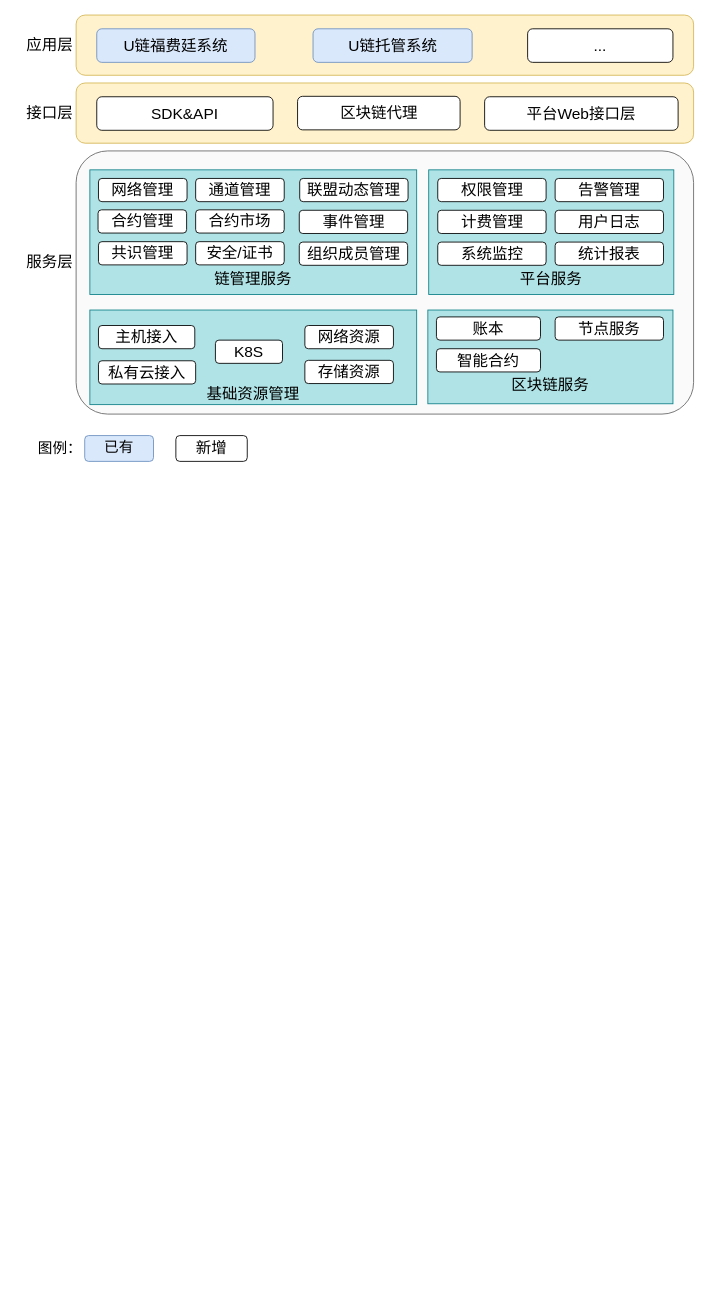
Before: repository/drawio/postb/业务功能架构图1.drawio in dilide/collections, a draw.io diagram. Source tidied: cells renumbered, new cells numbered last; positions are measured from the earlier drawing's top-left corner, leaving out a move shared by most shapes. Both pictures are drawn from the tidied source at 86%, with x=0, y=0 at pixel (15, 15).
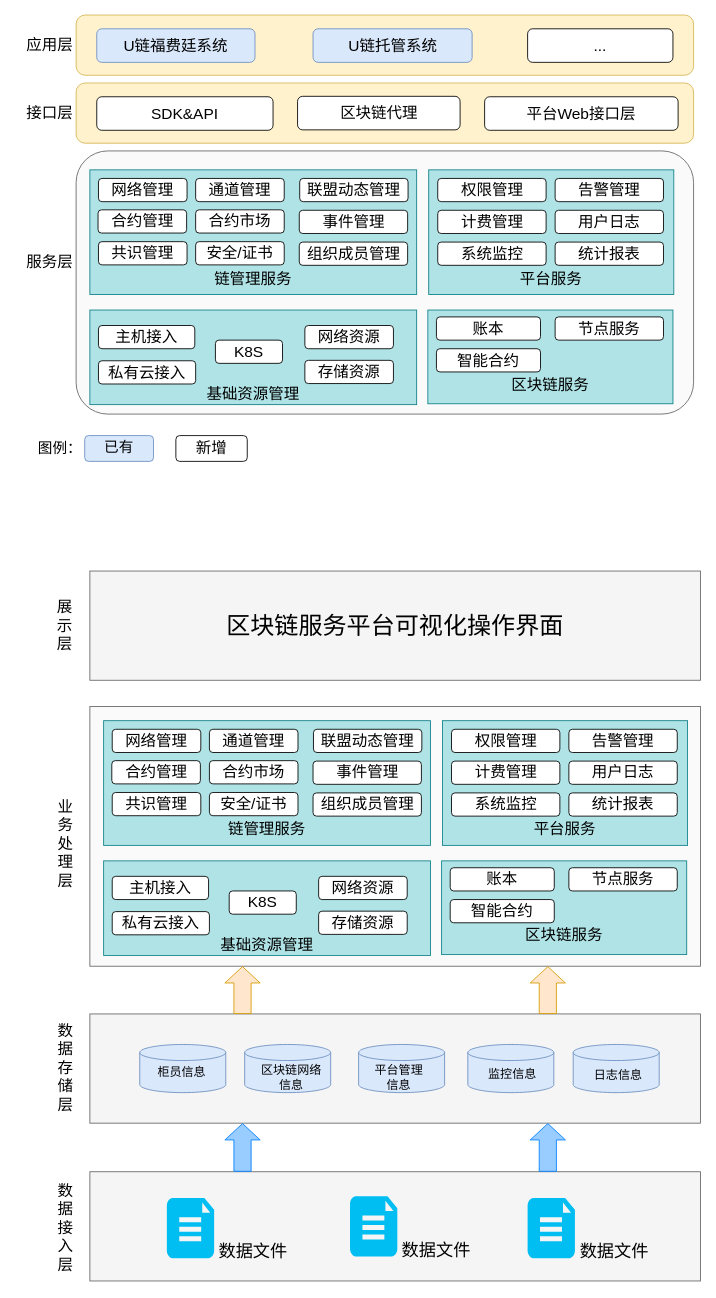
After the change.

Commit message:
Update 业务功能架构图1.drawio

The edit, as a diff of the source:
```diff
@@
+    <mxCell id="44" style="rounded=0;whiteSpace=wrap;html=1;fontSize=18;fillColor=#f5f5f5;strokeColor=#666666;glass=0;shadow=0;comic=0;arcSize=12;fillOpacity=50;fontColor=#333333;" parent="1" vertex="1">
+      <mxGeometry x="87" y="804" width="710" height="302" as="geometry" />
+    </mxCell>
+    <mxCell id="45" value="&lt;br&gt;&lt;br&gt;&lt;br&gt;&lt;br&gt;&lt;br&gt;链管理服务&lt;br&gt;" style="rounded=0;whiteSpace=wrap;html=1;shadow=0;glass=0;comic=0;fontSize=18;fillColor=#b0e3e6;strokeColor=#0e8088;" parent="1" vertex="1">
+      <mxGeometry x="103" y="820.5" width="380" height="145" as="geometry" />
+    </mxCell>
+    <mxCell id="46" value="网络管理" style="rounded=1;whiteSpace=wrap;html=1;shadow=0;glass=0;comic=0;fontSize=18;" parent="1" vertex="1">
+      <mxGeometry x="113" y="830.5" width="103" height="27" as="geometry" />
+    </mxCell>
+    <mxCell id="47" value="通道管理" style="rounded=1;whiteSpace=wrap;html=1;shadow=0;glass=0;comic=0;fontSize=18;" parent="1" vertex="1">
+      <mxGeometry x="226" y="830.5" width="103" height="27" as="geometry" />
+    </mxCell>
+    <mxCell id="48" value="合约管理" style="rounded=1;whiteSpace=wrap;html=1;shadow=0;glass=0;comic=0;fontSize=18;" parent="1" vertex="1">
+      <mxGeometry x="112.5" y="867" width="103" height="27" as="geometry" />
+    </mxCell>
+    <mxCell id="49" value="合约市场" style="rounded=1;whiteSpace=wrap;html=1;shadow=0;glass=0;comic=0;fontSize=18;" parent="1" vertex="1">
+      <mxGeometry x="226" y="867" width="103" height="27" as="geometry" />
+    </mxCell>
+    <mxCell id="50" value="联盟动态管理" style="rounded=1;whiteSpace=wrap;html=1;shadow=0;glass=0;comic=0;fontSize=18;" parent="1" vertex="1">
+      <mxGeometry x="347" y="830.5" width="126" height="27" as="geometry" />
+    </mxCell>
+    <mxCell id="51" value="事件管理" style="rounded=1;whiteSpace=wrap;html=1;shadow=0;glass=0;comic=0;fontSize=18;" parent="1" vertex="1">
+      <mxGeometry x="346.5" y="867.5" width="126" height="27" as="geometry" />
+    </mxCell>
+    <mxCell id="52" value="&lt;br&gt;&lt;br&gt;&lt;br&gt;&lt;br&gt;&lt;br&gt;平台服务&lt;br&gt;" style="rounded=0;whiteSpace=wrap;html=1;shadow=0;glass=0;comic=0;fontSize=18;fillColor=#b0e3e6;strokeColor=#0e8088;" parent="1" vertex="1">
+      <mxGeometry x="497" y="820.5" width="285" height="145" as="geometry" />
+    </mxCell>
+    <mxCell id="53" value="组织成员管理" style="rounded=1;whiteSpace=wrap;html=1;shadow=0;glass=0;comic=0;fontSize=18;" parent="1" vertex="1">
+      <mxGeometry x="346.5" y="904.5" width="126" height="27" as="geometry" />
+    </mxCell>
+    <mxCell id="54" value="计费管理" style="rounded=1;whiteSpace=wrap;html=1;shadow=0;glass=0;comic=0;fontSize=18;" parent="1" vertex="1">
+      <mxGeometry x="507.5" y="867.5" width="126" height="27" as="geometry" />
+    </mxCell>
+    <mxCell id="55" value="告警管理" style="rounded=1;whiteSpace=wrap;html=1;shadow=0;glass=0;comic=0;fontSize=18;" parent="1" vertex="1">
+      <mxGeometry x="644" y="830.5" width="126" height="27" as="geometry" />
+    </mxCell>
+    <mxCell id="56" value="用户日志" style="rounded=1;whiteSpace=wrap;html=1;shadow=0;glass=0;comic=0;fontSize=18;" parent="1" vertex="1">
+      <mxGeometry x="644" y="867.5" width="126" height="27" as="geometry" />
+    </mxCell>
+    <mxCell id="57" value="系统监控" style="rounded=1;whiteSpace=wrap;html=1;shadow=0;glass=0;comic=0;fontSize=18;" parent="1" vertex="1">
+      <mxGeometry x="507.5" y="904.5" width="126" height="27" as="geometry" />
+    </mxCell>
+    <mxCell id="58" value="统计报表" style="rounded=1;whiteSpace=wrap;html=1;shadow=0;glass=0;comic=0;fontSize=18;" parent="1" vertex="1">
+      <mxGeometry x="644" y="904.5" width="126" height="27" as="geometry" />
+    </mxCell>
+    <mxCell id="59" value="&lt;br&gt;&lt;br&gt;&lt;br&gt;区块链服务&lt;br&gt;" style="rounded=0;whiteSpace=wrap;html=1;shadow=0;glass=0;comic=0;fontSize=18;fillColor=#b0e3e6;strokeColor=#0e8088;" parent="1" vertex="1">
+      <mxGeometry x="496" y="983.5" width="285" height="109" as="geometry" />
+    </mxCell>
+    <mxCell id="60" value="账本" style="rounded=1;whiteSpace=wrap;html=1;shadow=0;glass=0;comic=0;fontSize=18;fillColor=#FFFFFF;strokeColor=#000000;" parent="1" vertex="1">
+      <mxGeometry x="506" y="991.5" width="121" height="27" as="geometry" />
+    </mxCell>
+    <mxCell id="61" value="节点服务" style="rounded=1;whiteSpace=wrap;html=1;shadow=0;glass=0;comic=0;fontSize=18;fillColor=#FFFFFF;strokeColor=#000000;" parent="1" vertex="1">
+      <mxGeometry x="644" y="991.5" width="126" height="27" as="geometry" />
+    </mxCell>
+    <mxCell id="62" value="智能合约" style="rounded=1;whiteSpace=wrap;html=1;shadow=0;glass=0;comic=0;fontSize=18;fillColor=#FFFFFF;strokeColor=#000000;" parent="1" vertex="1">
+      <mxGeometry x="506" y="1028.5" width="121" height="27" as="geometry" />
+    </mxCell>
+    <mxCell id="63" value="&lt;br&gt;&lt;br&gt;&lt;br&gt;&lt;br&gt;基础资源管理&lt;br&gt;" style="rounded=0;whiteSpace=wrap;html=1;shadow=0;glass=0;comic=0;fontSize=18;fillColor=#b0e3e6;strokeColor=#0e8088;" parent="1" vertex="1">
+      <mxGeometry x="103" y="983.5" width="380" height="110" as="geometry" />
+    </mxCell>
+    <mxCell id="64" value="共识管理" style="rounded=1;whiteSpace=wrap;html=1;shadow=0;glass=0;comic=0;fontSize=18;" parent="1" vertex="1">
+      <mxGeometry x="113" y="904" width="103" height="27" as="geometry" />
+    </mxCell>
+    <mxCell id="65" value="安全/证书" style="rounded=1;whiteSpace=wrap;html=1;shadow=0;glass=0;comic=0;fontSize=18;" parent="1" vertex="1">
+      <mxGeometry x="226" y="904" width="103" height="27" as="geometry" />
+    </mxCell>
+    <mxCell id="66" value="权限管理" style="rounded=1;whiteSpace=wrap;html=1;shadow=0;glass=0;comic=0;fontSize=18;" parent="1" vertex="1">
+      <mxGeometry x="507.5" y="830.5" width="126" height="27" as="geometry" />
+    </mxCell>
+    <mxCell id="67" value="主机接入" style="rounded=1;whiteSpace=wrap;html=1;shadow=0;glass=0;comic=0;fontSize=18;" parent="1" vertex="1">
+      <mxGeometry x="113" y="1001.5" width="112" height="27" as="geometry" />
+    </mxCell>
+    <mxCell id="68" value="私有云接入" style="rounded=1;whiteSpace=wrap;html=1;shadow=0;glass=0;comic=0;fontSize=18;" parent="1" vertex="1">
+      <mxGeometry x="113" y="1042.5" width="113" height="27" as="geometry" />
+    </mxCell>
+    <mxCell id="69" value="K8S" style="rounded=1;whiteSpace=wrap;html=1;shadow=0;glass=0;comic=0;fontSize=18;" parent="1" vertex="1">
+      <mxGeometry x="249" y="1018.5" width="78" height="27" as="geometry" />
+    </mxCell>
+    <mxCell id="70" value="存储资源" style="rounded=1;whiteSpace=wrap;html=1;shadow=0;glass=0;comic=0;fontSize=18;" parent="1" vertex="1">
+      <mxGeometry x="353" y="1042" width="103" height="27" as="geometry" />
+    </mxCell>
+    <mxCell id="71" value="网络资源" style="rounded=1;whiteSpace=wrap;html=1;shadow=0;glass=0;comic=0;fontSize=18;" parent="1" vertex="1">
+      <mxGeometry x="353" y="1001.5" width="103" height="27" as="geometry" />
+    </mxCell>
+    <mxCell id="72" style="rounded=0;whiteSpace=wrap;html=1;strokeColor=#666666;fillColor=#F5F5F5;" parent="1" vertex="1">
+      <mxGeometry x="87" y="1161.5" width="710" height="127" as="geometry" />
+    </mxCell>
+    <mxCell id="73" style="rounded=0;whiteSpace=wrap;html=1;strokeColor=#666666;fillColor=#F5F5F5;" parent="1" vertex="1">
+      <mxGeometry x="87" y="1345" width="710" height="127" as="geometry" />
+    </mxCell>
+    <mxCell id="74" style="shape=flexArrow;endArrow=classic;html=1;entryX=0.25;entryY=1;entryDx=0;entryDy=0;exitX=0.25;exitY=0;exitDx=0;exitDy=0;width=20;fillColor=#99CCFF;strokeColor=#007FFF;" parent="1" edge="1" source="73" target="72">
+      <mxGeometry relative="1" as="geometry" />
+    </mxCell>
+    <mxCell id="75" style="shape=flexArrow;endArrow=classic;html=1;entryX=0.75;entryY=1;entryDx=0;entryDy=0;exitX=0.75;exitY=0;exitDx=0;exitDy=0;width=20;strokeColor=#007FFF;fillColor=#99CCFF;" parent="1" edge="1" source="73" target="72">
+      <mxGeometry relative="1" as="geometry" />
+    </mxCell>
+    <mxCell id="76" style="shape=flexArrow;endArrow=classic;html=1;entryX=0.25;entryY=1;entryDx=0;entryDy=0;exitX=0.25;exitY=0;exitDx=0;exitDy=0;width=20;fillColor=#ffe6cc;strokeColor=#d79b00;" parent="1" edge="1" source="72" target="44">
+      <mxGeometry relative="1" as="geometry" />
+    </mxCell>
+    <mxCell id="77" style="shape=flexArrow;endArrow=classic;html=1;entryX=0.75;entryY=1;entryDx=0;entryDy=0;exitX=0.75;exitY=0;exitDx=0;exitDy=0;width=20;fillColor=#ffe6cc;strokeColor=#d79b00;" parent="1" edge="1" source="72" target="44">
+      <mxGeometry relative="1" as="geometry" />
+    </mxCell>
+    <mxCell id="78" value="&lt;font style=&quot;font-size: 28px&quot;&gt;区块链服务平台可视化操作界面&lt;/font&gt;" style="rounded=0;whiteSpace=wrap;html=1;strokeColor=#666666;fillColor=#F5F5F5;" parent="1" vertex="1">
+      <mxGeometry x="87" y="646.5" width="710" height="127" as="geometry" />
+    </mxCell>
+    <mxCell id="79" style="group;" parent="1" vertex="1">
+      <mxGeometry x="176.5" y="1375.5" width="116.5" height="70" as="geometry" />
+    </mxCell>
+    <mxCell id="80" style="verticalLabelPosition=bottom;html=1;verticalAlign=top;align=center;strokeColor=none;fillColor=#00BEF2;shape=mxgraph.azure.file_2;rounded=0;" parent="79" vertex="1">
+      <mxGeometry width="55" height="70" as="geometry" />
+    </mxCell>
+    <mxCell id="81" value="数据文件" style="text;html=1;align=left;verticalAlign=top;spacingTop=-4;fontSize=20;" parent="79" vertex="1">
+      <mxGeometry x="58.5" y="47.5" width="58" height="14" as="geometry" />
+    </mxCell>
+    <mxCell id="82" style="group;" parent="1" vertex="1">
+      <mxGeometry x="389.5" y="1373.5" width="116.5" height="70" as="geometry" />
+    </mxCell>
+    <mxCell id="83" style="verticalLabelPosition=bottom;html=1;verticalAlign=top;align=center;strokeColor=none;fillColor=#00BEF2;shape=mxgraph.azure.file_2;rounded=0;" parent="82" vertex="1">
+      <mxGeometry width="55" height="70" as="geometry" />
+    </mxCell>
+    <mxCell id="84" value="数据文件" style="text;html=1;align=left;verticalAlign=top;spacingTop=-4;fontSize=20;" parent="82" vertex="1">
+      <mxGeometry x="58.5" y="47.5" width="58" height="14" as="geometry" />
+    </mxCell>
+    <mxCell id="85" style="group;" parent="1" vertex="1">
+      <mxGeometry x="596" y="1375.5" width="116.5" height="70" as="geometry" />
+    </mxCell>
+    <mxCell id="86" style="verticalLabelPosition=bottom;html=1;verticalAlign=top;align=center;strokeColor=none;fillColor=#00BEF2;shape=mxgraph.azure.file_2;rounded=0;" parent="85" vertex="1">
+      <mxGeometry width="55" height="70" as="geometry" />
+    </mxCell>
+    <mxCell id="87" value="数据文件" style="text;html=1;align=left;verticalAlign=top;spacingTop=-4;fontSize=20;" parent="85" vertex="1">
+      <mxGeometry x="58.5" y="47.5" width="58" height="14" as="geometry" />
+    </mxCell>
+    <mxCell id="88" style="strokeWidth=1;html=1;shape=mxgraph.flowchart.database;whiteSpace=wrap;rounded=0;fillColor=#dae8fc;fontSize=20;strokeColor=#6c8ebf;" parent="1" vertex="1">
+      <mxGeometry x="267" y="1197" width="100" height="56" as="geometry" />
+    </mxCell>
+    <mxCell id="89" value="区块链网络&lt;br&gt;信息" style="text;html=1;align=center;verticalAlign=top;spacingTop=-4;fontSize=14;" parent="1" vertex="1">
+      <mxGeometry x="280.5" y="1216" width="80" height="34" as="geometry" />
+    </mxCell>
+    <mxCell id="90" style="strokeWidth=1;html=1;shape=mxgraph.flowchart.database;whiteSpace=wrap;rounded=0;fillColor=#dae8fc;fontSize=20;strokeColor=#6c8ebf;" parent="1" vertex="1">
+      <mxGeometry x="145" y="1197" width="100" height="56" as="geometry" />
+    </mxCell>
+    <mxCell id="91" value="柜员信息" style="text;html=1;align=left;verticalAlign=top;spacingTop=-4;fontSize=14;" parent="1" vertex="1">
+      <mxGeometry x="164" y="1218" width="90" height="24" as="geometry" />
+    </mxCell>
+    <mxCell id="92" style="strokeWidth=1;html=1;shape=mxgraph.flowchart.database;whiteSpace=wrap;rounded=0;fillColor=#dae8fc;fontSize=20;strokeColor=#6c8ebf;" parent="1" vertex="1">
+      <mxGeometry x="399.5" y="1197" width="100" height="56" as="geometry" />
+    </mxCell>
+    <mxCell id="93" value="平台管理&lt;br&gt;信息" style="text;html=1;align=center;verticalAlign=top;spacingTop=-4;fontSize=14;" parent="1" vertex="1">
+      <mxGeometry x="413" y="1216" width="66" height="34" as="geometry" />
+    </mxCell>
+    <mxCell id="94" style="strokeWidth=1;html=1;shape=mxgraph.flowchart.database;whiteSpace=wrap;rounded=0;fillColor=#dae8fc;fontSize=20;strokeColor=#6c8ebf;" parent="1" vertex="1">
+      <mxGeometry x="526.5" y="1197" width="100" height="56" as="geometry" />
+    </mxCell>
+    <mxCell id="95" value="监控信息" style="text;html=1;align=center;verticalAlign=top;spacingTop=-4;fontSize=14;" parent="1" vertex="1">
+      <mxGeometry x="545" y="1221" width="66" height="17" as="geometry" />
+    </mxCell>
+    <mxCell id="96" style="strokeWidth=1;html=1;shape=mxgraph.flowchart.database;whiteSpace=wrap;rounded=0;fillColor=#dae8fc;fontSize=20;strokeColor=#6c8ebf;" parent="1" vertex="1">
+      <mxGeometry x="649" y="1197" width="100" height="56" as="geometry" />
+    </mxCell>
+    <mxCell id="97" value="日志信息" style="text;html=1;align=center;verticalAlign=top;spacingTop=-4;fontSize=14;" parent="1" vertex="1">
+      <mxGeometry x="667.5" y="1222" width="66" height="17" as="geometry" />
+    </mxCell>
+    <mxCell id="98" value="展示层" style="rounded=0;whiteSpace=wrap;html=1;strokeWidth=1;fontSize=18;align=center;strokeColor=none;" parent="1" vertex="1">
+      <mxGeometry x="42" y="647.5" width="32" height="127" as="geometry" />
+    </mxCell>
+    <mxCell id="99" value="业务处理层" style="rounded=0;whiteSpace=wrap;html=1;strokeWidth=1;fontSize=18;align=center;strokeColor=none;" parent="1" vertex="1">
+      <mxGeometry x="42.5" y="804" width="32" height="320" as="geometry" />
+    </mxCell>
+    <mxCell id="100" value="数据存储层" style="rounded=0;whiteSpace=wrap;html=1;strokeWidth=1;fontSize=18;align=center;strokeColor=none;" parent="1" vertex="1">
+      <mxGeometry x="42.5" y="1161.5" width="32" height="127" as="geometry" />
+    </mxCell>
+    <mxCell id="101" value="数据接入层" style="rounded=0;whiteSpace=wrap;html=1;strokeWidth=1;fontSize=18;align=center;strokeColor=none;" parent="1" vertex="1">
+      <mxGeometry x="42.5" y="1347" width="32" height="127" as="geometry" />
+    </mxCell>
```
